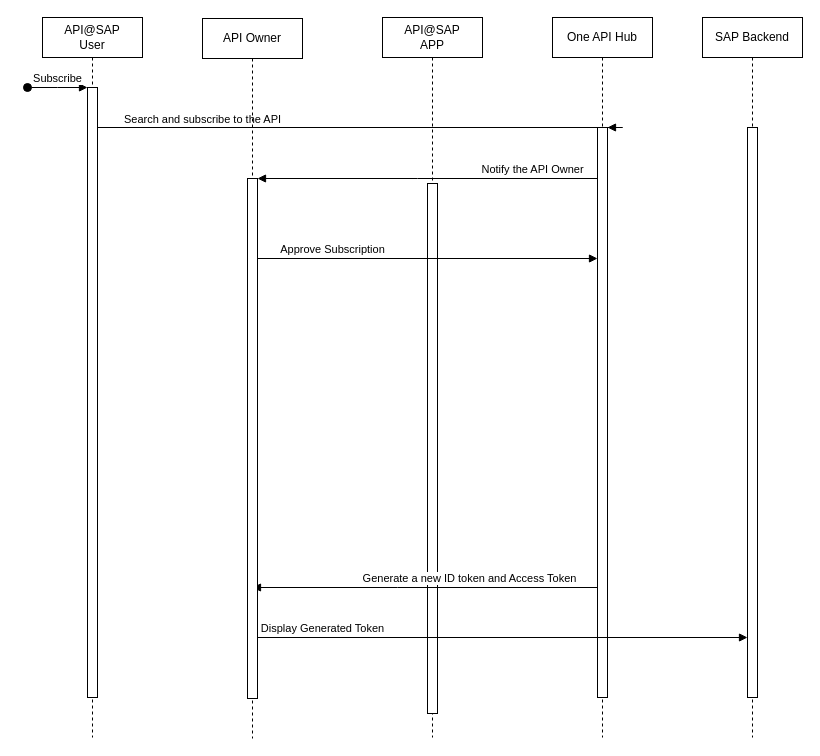
Above: API@SAP Technical User Flow.drawio in kameshbrao/ArchiModels (draw.io), before the change. Source tidied: cells renumbered, new cells numbered last; positions are measured from the earlier drawing's top-left corner, leaving out a move shared by most shapes. Both pictures are drawn from the tidied source at 100%, with x=0, y=0 at pixel (27, 17).
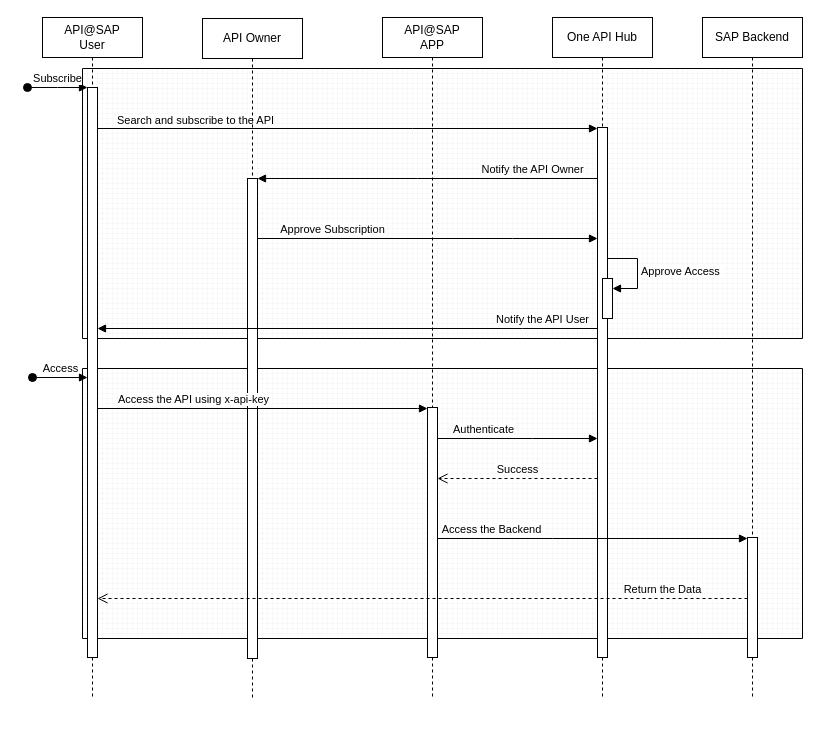
Above is the later version.

Change to the diagram source:
```diff
@@
+    <mxCell id="18" style="verticalLabelPosition=bottom;verticalAlign=top;html=1;shape=mxgraph.basic.patternFillRect;fillStyle=grid;step=5;fillStrokeWidth=0.2;fillStrokeColor=#dddddd;" parent="1" vertex="1">
+      <mxGeometry x="55" y="351" width="720" height="270" as="geometry" />
+    </mxCell>
+    <mxCell id="19" style="verticalLabelPosition=bottom;verticalAlign=top;html=1;shape=mxgraph.basic.patternFillRect;fillStyle=grid;step=5;fillStrokeWidth=0.2;fillStrokeColor=#dddddd;" parent="1" vertex="1">
+      <mxGeometry x="55" y="51" width="720" height="270" as="geometry" />
+    </mxCell>
     <mxCell id="2" value="API@SAP &lt;br&gt;User" style="shape=umlLifeline;perimeter=lifelinePerimeter;whiteSpace=wrap;html=1;newEdgeStyle={&quot;edgeStyle&quot;:&quot;elbowEdgeStyle&quot;,&quot;elbow&quot;:&quot;vertical&quot;,&quot;curved&quot;:0,&quot;rounded&quot;:0};" parent="1" vertex="1">
-      <mxGeometry x="15" width="100" height="720" as="geometry" />
+      <mxGeometry x="15" width="100" height="681" as="geometry" />
     </mxCell>
     <mxCell id="3" style="html=1;points=[];perimeter=orthogonalPerimeter;outlineConnect=0;targetShapes=umlLifeline;portConstraint=eastwest;newEdgeStyle={&quot;edgeStyle&quot;:&quot;elbowEdgeStyle&quot;,&quot;elbow&quot;:&quot;vertical&quot;,&quot;curved&quot;:0,&quot;rounded&quot;:0};" parent="2" vertex="1">
-      <mxGeometry x="45" y="70" width="10" height="610" as="geometry" />
+      <mxGeometry x="45" y="70" width="10" height="570" as="geometry" />
     </mxCell>
@@
     <mxCell id="5" value="API@SAP&lt;br&gt;APP" style="shape=umlLifeline;perimeter=lifelinePerimeter;whiteSpace=wrap;html=1;newEdgeStyle={&quot;edgeStyle&quot;:&quot;elbowEdgeStyle&quot;,&quot;elbow&quot;:&quot;vertical&quot;,&quot;curved&quot;:0,&quot;rounded&quot;:0};" parent="1" vertex="1">
-      <mxGeometry x="355" width="100" height="720" as="geometry" />
+      <mxGeometry x="355" width="100" height="681" as="geometry" />
     </mxCell>
     <mxCell id="6" style="html=1;points=[];perimeter=orthogonalPerimeter;outlineConnect=0;targetShapes=umlLifeline;portConstraint=eastwest;newEdgeStyle={&quot;edgeStyle&quot;:&quot;elbowEdgeStyle&quot;,&quot;elbow&quot;:&quot;vertical&quot;,&quot;curved&quot;:0,&quot;rounded&quot;:0};" parent="5" vertex="1">
-      <mxGeometry x="45" y="166" width="10" height="530" as="geometry" />
+      <mxGeometry x="45" y="390" width="10" height="250" as="geometry" />
     </mxCell>
     <mxCell id="7" value="Search and subscribe to the API" style="html=1;verticalAlign=bottom;endArrow=block;edgeStyle=elbowEdgeStyle;elbow=vertical;curved=0;rounded=0;" parent="1" edge="1" source="3" target="9">
       <mxGeometry x="-0.61" y="-1" relative="1" as="geometry">
         <Array as="points">
-          <mxPoint x="595" y="110" />
+          <mxPoint x="385" y="111" />
+          <mxPoint x="565" y="131" />
           <mxPoint x="155" y="106" />
         </Array>
       </mxGeometry>
     </mxCell>
     <mxCell id="8" value="One API Hub" style="shape=umlLifeline;perimeter=lifelinePerimeter;whiteSpace=wrap;html=1;newEdgeStyle={&quot;edgeStyle&quot;:&quot;elbowEdgeStyle&quot;,&quot;elbow&quot;:&quot;vertical&quot;,&quot;curved&quot;:0,&quot;rounded&quot;:0};" parent="1" vertex="1">
-      <mxGeometry x="525" width="100" height="720" as="geometry" />
+      <mxGeometry x="525" width="100" height="681" as="geometry" />
     </mxCell>
     <mxCell id="9" style="html=1;points=[];perimeter=orthogonalPerimeter;outlineConnect=0;targetShapes=umlLifeline;portConstraint=eastwest;newEdgeStyle={&quot;edgeStyle&quot;:&quot;elbowEdgeStyle&quot;,&quot;elbow&quot;:&quot;vertical&quot;,&quot;curved&quot;:0,&quot;rounded&quot;:0};" parent="8" vertex="1">
-      <mxGeometry x="45" y="110" width="10" height="570" as="geometry" />
+      <mxGeometry x="45" y="110" width="10" height="530" as="geometry" />
     </mxCell>
-    <mxCell id="10" value="Generate a new ID token and Access Token" style="html=1;verticalAlign=bottom;endArrow=block;edgeStyle=elbowEdgeStyle;elbow=vertical;curved=0;rounded=0;" parent="1" edge="1" source="9">
-      <mxGeometry x="-0.26" relative="1" as="geometry">
-        <mxPoint x="225" y="570" as="targetPoint" />
-        <Array as="points">
-          <mxPoint x="370" y="570" />
-          <mxPoint x="330" y="550" />
-          <mxPoint x="60" y="550" />
-          <mxPoint x="340" y="550" />
-          <mxPoint x="190" y="610" />
-          <mxPoint x="210" y="580" />
-          <mxPoint x="170" y="550" />
-        </Array>
-      </mxGeometry>
-    </mxCell>
-    <mxCell id="11" value="Display Generated Token" style="html=1;verticalAlign=bottom;endArrow=block;edgeStyle=elbowEdgeStyle;elbow=vertical;curved=0;rounded=0;" parent="1" edge="1">
-      <mxGeometry x="-0.56" relative="1" as="geometry">
-        <mxPoint x="220" y="575" as="sourcePoint" />
-        <mxPoint x="720" y="620" as="targetPoint" />
-        <Array as="points">
-          <mxPoint x="425" y="620" />
-          <mxPoint x="350" y="575" />
-        </Array>
-      </mxGeometry>
-    </mxCell>
+    <mxCell id="20" style="html=1;points=[];perimeter=orthogonalPerimeter;outlineConnect=0;targetShapes=umlLifeline;portConstraint=eastwest;newEdgeStyle={&quot;edgeStyle&quot;:&quot;elbowEdgeStyle&quot;,&quot;elbow&quot;:&quot;vertical&quot;,&quot;curved&quot;:0,&quot;rounded&quot;:0};" parent="8" vertex="1">
+      <mxGeometry x="50" y="261" width="10" height="40" as="geometry" />
+    </mxCell>
+    <mxCell id="21" value="Approve Access&amp;nbsp;" style="html=1;align=left;spacingLeft=2;endArrow=block;rounded=0;edgeStyle=orthogonalEdgeStyle;curved=0;rounded=0;" parent="8" edge="1" target="20">
+      <mxGeometry relative="1" as="geometry">
+        <mxPoint x="55" y="241" as="sourcePoint" />
+        <Array as="points">
+          <mxPoint x="85" y="271" />
+        </Array>
+      </mxGeometry>
+    </mxCell>
     <mxCell id="12" value="SAP Backend" style="shape=umlLifeline;perimeter=lifelinePerimeter;whiteSpace=wrap;html=1;newEdgeStyle={&quot;edgeStyle&quot;:&quot;elbowEdgeStyle&quot;,&quot;elbow&quot;:&quot;vertical&quot;,&quot;curved&quot;:0,&quot;rounded&quot;:0};" parent="1" vertex="1">
-      <mxGeometry x="675" width="100" height="720" as="geometry" />
+      <mxGeometry x="675" width="100" height="681" as="geometry" />
     </mxCell>
     <mxCell id="13" style="html=1;points=[];perimeter=orthogonalPerimeter;outlineConnect=0;targetShapes=umlLifeline;portConstraint=eastwest;newEdgeStyle={&quot;edgeStyle&quot;:&quot;elbowEdgeStyle&quot;,&quot;elbow&quot;:&quot;vertical&quot;,&quot;curved&quot;:0,&quot;rounded&quot;:0};" parent="12" vertex="1">
-      <mxGeometry x="45" y="110" width="10" height="570" as="geometry" />
+      <mxGeometry x="45" y="520" width="10" height="120" as="geometry" />
     </mxCell>
     <mxCell id="14" value="API Owner" style="shape=umlLifeline;perimeter=lifelinePerimeter;whiteSpace=wrap;html=1;newEdgeStyle={&quot;edgeStyle&quot;:&quot;elbowEdgeStyle&quot;,&quot;elbow&quot;:&quot;vertical&quot;,&quot;curved&quot;:0,&quot;rounded&quot;:0};" parent="1" vertex="1">
-      <mxGeometry x="175" y="1" width="100" height="720" as="geometry" />
+      <mxGeometry x="175" y="1" width="100" height="680" as="geometry" />
     </mxCell>
     <mxCell id="15" style="html=1;points=[];perimeter=orthogonalPerimeter;outlineConnect=0;targetShapes=umlLifeline;portConstraint=eastwest;newEdgeStyle={&quot;edgeStyle&quot;:&quot;elbowEdgeStyle&quot;,&quot;elbow&quot;:&quot;vertical&quot;,&quot;curved&quot;:0,&quot;rounded&quot;:0};" parent="14" vertex="1">
-      <mxGeometry x="45" y="160" width="10" height="520" as="geometry" />
+      <mxGeometry x="45" y="160" width="10" height="480" as="geometry" />
     </mxCell>
@@
     <mxCell id="17" value="Approve Subscription" style="html=1;verticalAlign=bottom;endArrow=block;edgeStyle=elbowEdgeStyle;elbow=vertical;curved=0;rounded=0;" parent="1" edge="1" source="15" target="9">
       <mxGeometry x="-0.56" relative="1" as="geometry">
         <Array as="points">
+          <mxPoint x="485" y="221" />
           <mxPoint x="565" y="241" />
           <mxPoint x="310" y="231" />
         </Array>
       </mxGeometry>
     </mxCell>
+    <mxCell id="22" value="Notify the API User" style="html=1;verticalAlign=bottom;endArrow=block;edgeStyle=elbowEdgeStyle;elbow=vertical;curved=0;rounded=0;" parent="1" edge="1" source="9" target="3">
+      <mxGeometry x="-0.78" relative="1" as="geometry">
+        <Array as="points">
+          <mxPoint x="495" y="311" />
+          <mxPoint x="315" y="321" />
+          <mxPoint x="235" y="311" />
+          <mxPoint x="385" y="321" />
+          <mxPoint x="345" y="301" />
+          <mxPoint x="75" y="301" />
+          <mxPoint x="355" y="301" />
+          <mxPoint x="205" y="361" />
+          <mxPoint x="225" y="331" />
+          <mxPoint x="185" y="301" />
+        </Array>
+      </mxGeometry>
+    </mxCell>
+    <mxCell id="23" value="Access" style="html=1;verticalAlign=bottom;startArrow=oval;endArrow=block;startSize=8;edgeStyle=elbowEdgeStyle;elbow=vertical;curved=0;rounded=0;" parent="1" edge="1" target="3">
+      <mxGeometry relative="1" as="geometry">
+        <mxPoint x="5" y="360" as="sourcePoint" />
+      </mxGeometry>
+    </mxCell>
+    <mxCell id="24" value="Access the API using x-api-key" style="html=1;verticalAlign=bottom;endArrow=block;edgeStyle=elbowEdgeStyle;elbow=vertical;curved=0;rounded=0;" parent="1" edge="1" source="3" target="6">
+      <mxGeometry x="-0.42" relative="1" as="geometry">
+        <Array as="points">
+          <mxPoint x="390" y="391" />
+          <mxPoint x="570" y="411" />
+          <mxPoint x="160" y="386" />
+        </Array>
+      </mxGeometry>
+    </mxCell>
+    <mxCell id="25" value="Authenticate" style="html=1;verticalAlign=bottom;endArrow=block;edgeStyle=elbowEdgeStyle;elbow=vertical;curved=0;rounded=0;" parent="1" edge="1" source="6" target="9">
+      <mxGeometry x="-0.42" relative="1" as="geometry">
+        <Array as="points">
+          <mxPoint x="505" y="421" />
+          <mxPoint x="565" y="441" />
+          <mxPoint x="925" y="461" />
+          <mxPoint x="515" y="436" />
+        </Array>
+      </mxGeometry>
+    </mxCell>
+    <mxCell id="26" value="Success" style="html=1;verticalAlign=bottom;endArrow=open;dashed=1;endSize=8;edgeStyle=elbowEdgeStyle;elbow=vertical;curved=0;rounded=0;" parent="1" edge="1" source="9" target="6">
+      <mxGeometry relative="1" as="geometry">
+        <Array as="points">
+          <mxPoint x="505" y="461" />
+        </Array>
+      </mxGeometry>
+    </mxCell>
+    <mxCell id="27" value="Access the Backend" style="html=1;verticalAlign=bottom;endArrow=block;edgeStyle=elbowEdgeStyle;elbow=vertical;curved=0;rounded=0;" parent="1" edge="1" source="6" target="13">
+      <mxGeometry x="-0.65" relative="1" as="geometry">
+        <Array as="points">
+          <mxPoint x="525" y="521" />
+          <mxPoint x="510" y="501" />
+          <mxPoint x="570" y="521" />
+          <mxPoint x="930" y="541" />
+          <mxPoint x="520" y="516" />
+        </Array>
+      </mxGeometry>
+    </mxCell>
+    <mxCell id="28" value="Return the Data" style="html=1;verticalAlign=bottom;endArrow=open;dashed=1;endSize=8;edgeStyle=elbowEdgeStyle;elbow=vertical;curved=0;rounded=0;" parent="1" edge="1" source="13" target="3">
+      <mxGeometry x="-0.74" relative="1" as="geometry">
+        <Array as="points">
+          <mxPoint x="285" y="581" />
+        </Array>
+      </mxGeometry>
+    </mxCell>
```
